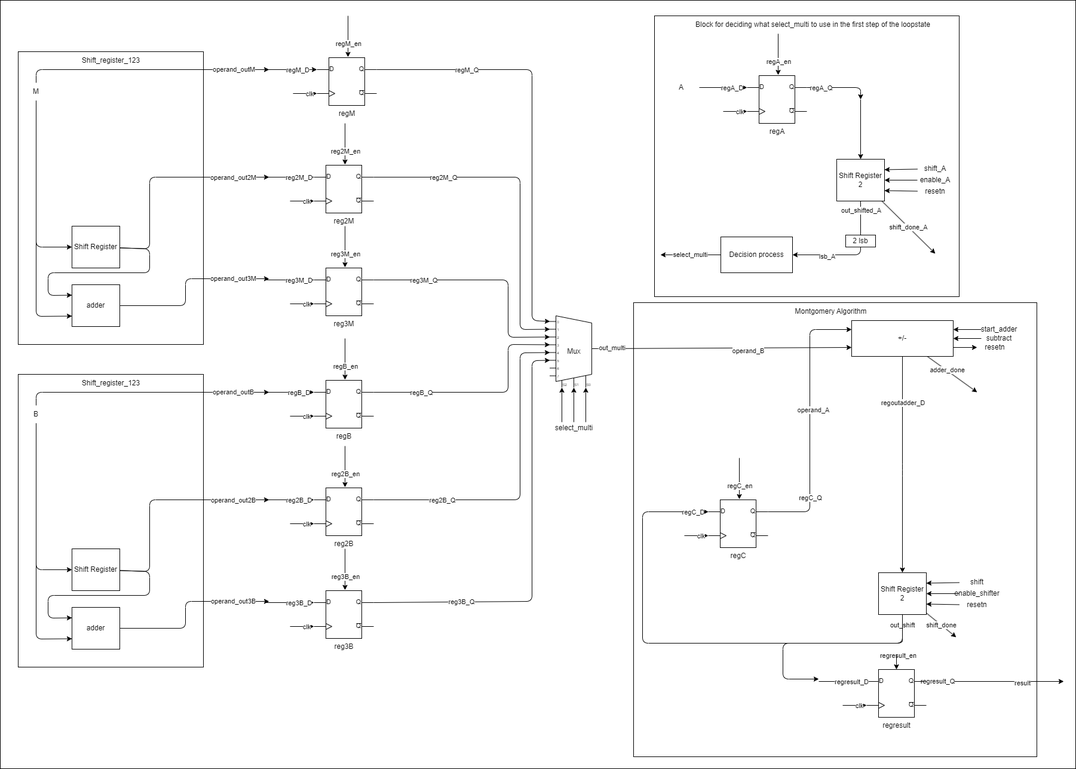
Above: montgomery_details.png in Tfloow/Montgomery (draw.io), before the change. Source tidied: cells renumbered, new cells last; positions are measured from the earlier drawing's top-left corner, leaving out a move shared by most shapes.
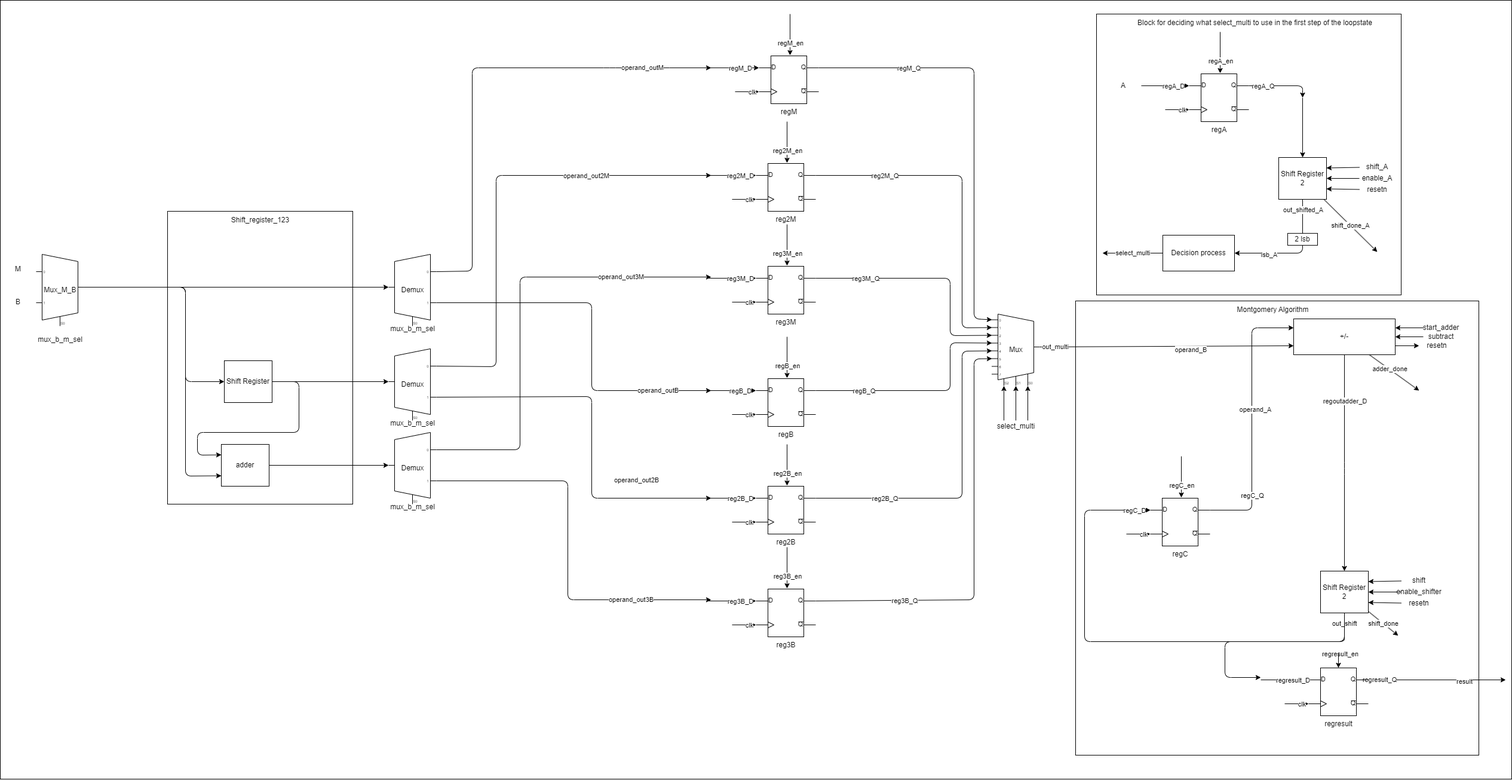
Above is the later version.

The edit, as a diff of the source:
```diff
@@ -3,16 +3,13 @@
     <mxCell id="0" />
     <mxCell id="1" parent="0" />
     <mxCell id="2" style="rounded=0;whiteSpace=wrap;html=1;" parent="1" vertex="1">
-      <mxGeometry width="1800" height="1286" as="geometry" />
+      <mxGeometry x="-740" y="3" width="2530" height="1303" as="geometry" />
     </mxCell>
     <mxCell id="3" style="rounded=0;whiteSpace=wrap;html=1;" parent="1" vertex="1">
       <mxGeometry x="1060" y="506" width="675" height="760" as="geometry" />
     </mxCell>
-    <mxCell id="4" style="rounded=0;whiteSpace=wrap;html=1;" parent="1" vertex="1">
-      <mxGeometry x="30" y="626" width="310" height="490" as="geometry" />
-    </mxCell>
     <mxCell id="5" style="rounded=0;whiteSpace=wrap;html=1;" parent="1" vertex="1">
-      <mxGeometry x="30" y="86" width="310" height="490" as="geometry" />
+      <mxGeometry x="-460" y="356" width="310" height="490" as="geometry" />
     </mxCell>
     <mxCell id="6" style="rounded=0;whiteSpace=wrap;html=1;" parent="1" vertex="1">
       <mxGeometry x="1095" y="26" width="510" height="470" as="geometry" />
@@ -31,23 +28,28 @@
     <mxCell id="10" value="Mux" style="shadow=0;dashed=0;align=center;html=1;strokeWidth=1;shape=mxgraph.electrical.abstract.mux2;selectorPins=3;" parent="1" vertex="1">
       <mxGeometry x="920" y="528" width="80" height="120" as="geometry" />
     </mxCell>
-    <mxCell id="11" value="operand_out3M" style="edgeStyle=none;html=1;" parent="1" edge="1" source="12">
+    <mxCell id="11" value="operand_out3M" style="edgeStyle=none;html=1;exitX=1;exitY=0.21666666666666667;exitDx=0;exitDy=3;exitPerimeter=0;" parent="1" edge="1" source="170">
       <mxGeometry x="0.59" relative="1" as="geometry">
         <mxPoint x="450" y="466" as="targetPoint" />
         <Array as="points">
-          <mxPoint x="310" y="511" />
+          <mxPoint x="130" y="755" />
+          <mxPoint x="130" y="466" />
           <mxPoint x="310" y="466" />
         </Array>
       </mxGeometry>
     </mxCell>
+    <mxCell id="160" style="edgeStyle=none;html=1;entryX=0;entryY=0.4583333333333333;entryDx=0;entryDy=0;entryPerimeter=0;" parent="1" edge="1" source="12" target="170">
+      <mxGeometry relative="1" as="geometry" />
+    </mxCell>
     <mxCell id="12" value="adder" style="rounded=0;whiteSpace=wrap;html=1;" parent="1" vertex="1">
-      <mxGeometry x="120" y="476" width="80" height="70" as="geometry" />
+      <mxGeometry x="-370" y="746" width="80" height="70" as="geometry" />
     </mxCell>
-    <mxCell id="13" style="edgeStyle=none;html=1;" parent="1" edge="1" source="16">
+    <mxCell id="13" style="edgeStyle=none;html=1;exitX=1;exitY=0.21666666666666667;exitDx=0;exitDy=3;exitPerimeter=0;" parent="1" edge="1" source="168">
       <mxGeometry relative="1" as="geometry">
         <mxPoint x="450" y="296" as="targetPoint" />
         <Array as="points">
-          <mxPoint x="250" y="416" />
+          <mxPoint x="90" y="616" />
+          <mxPoint x="90" y="296" />
           <mxPoint x="250" y="296" />
         </Array>
       </mxGeometry>
@@ -60,42 +62,46 @@
     <mxCell id="15" style="edgeStyle=none;html=1;entryX=0;entryY=0.25;entryDx=0;entryDy=0;" parent="1" edge="1" source="16" target="12">
       <mxGeometry relative="1" as="geometry">
         <Array as="points">
-          <mxPoint x="250" y="416" />
-          <mxPoint x="250" y="456" />
-          <mxPoint x="80" y="456" />
-          <mxPoint x="80" y="494" />
+          <mxPoint x="-240" y="641" />
+          <mxPoint x="-240" y="726" />
+          <mxPoint x="-410" y="726" />
+          <mxPoint x="-410" y="764" />
         </Array>
       </mxGeometry>
     </mxCell>
+    <mxCell id="161" style="edgeStyle=none;html=1;entryX=0;entryY=0.4583333333333333;entryDx=0;entryDy=0;entryPerimeter=0;" parent="1" edge="1" source="16" target="168">
+      <mxGeometry relative="1" as="geometry" />
+    </mxCell>
     <mxCell id="16" value="Shift Register" style="rounded=0;whiteSpace=wrap;html=1;" parent="1" vertex="1">
-      <mxGeometry x="120" y="378" width="80" height="70" as="geometry" />
+      <mxGeometry x="-365" y="606" width="80" height="70" as="geometry" />
     </mxCell>
-    <mxCell id="17" style="edgeStyle=none;html=1;entryX=0;entryY=0.75;entryDx=0;entryDy=0;" parent="1" edge="1" source="20" target="12">
+    <mxCell id="17" style="edgeStyle=none;html=1;entryX=0;entryY=0.75;entryDx=0;entryDy=0;exitX=1;exitY=0.5;exitDx=0;exitDy=-5;exitPerimeter=0;" parent="1" edge="1" source="163" target="12">
       <mxGeometry relative="1" as="geometry">
         <Array as="points">
-          <mxPoint x="60" y="529" />
+          <mxPoint x="-430" y="483" />
+          <mxPoint x="-430" y="799" />
         </Array>
       </mxGeometry>
     </mxCell>
-    <mxCell id="18" style="edgeStyle=none;html=1;entryX=0;entryY=0.5;entryDx=0;entryDy=0;" parent="1" edge="1" source="20" target="16">
+    <mxCell id="18" style="edgeStyle=none;html=1;entryX=0;entryY=0.5;entryDx=0;entryDy=0;exitX=1;exitY=0.5;exitDx=0;exitDy=-5;exitPerimeter=0;" parent="1" edge="1" source="163" target="16">
       <mxGeometry relative="1" as="geometry">
         <Array as="points">
-          <mxPoint x="60" y="413" />
+          <mxPoint x="-430" y="483" />
+          <mxPoint x="-430" y="641" />
         </Array>
       </mxGeometry>
     </mxCell>
-    <mxCell id="19" value="operand_outM" style="edgeStyle=none;html=1;" parent="1" edge="1" source="20">
+    <mxCell id="19" value="operand_outM" style="edgeStyle=none;html=1;exitX=1;exitY=0.21666666666666667;exitDx=0;exitDy=3;exitPerimeter=0;" parent="1" edge="1" source="166">
       <mxGeometry x="0.72" relative="1" as="geometry">
         <mxPoint x="450" y="116" as="targetPoint" />
         <Array as="points">
-          <mxPoint x="60" y="116" />
+          <mxPoint x="50" y="456" />
+          <mxPoint x="50" y="116" />
+          <mxPoint x="280" y="116" />
           <mxPoint x="370" y="116" />
         </Array>
       </mxGeometry>
     </mxCell>
-    <mxCell id="20" value="M" style="text;html=1;strokeColor=none;fillColor=none;align=center;verticalAlign=middle;whiteSpace=wrap;rounded=0;" parent="1" vertex="1">
-      <mxGeometry x="30" y="138" width="60" height="30" as="geometry" />
-    </mxCell>
     <mxCell id="21" style="edgeStyle=none;html=1;entryX=0.5;entryY=0;entryDx=0;entryDy=0;" parent="1" edge="1" source="27" target="34">
       <mxGeometry relative="1" as="geometry">
         <Array as="points">
@@ -507,23 +513,21 @@
     <mxCell id="119" value="clk" style="edgeLabel;html=1;align=center;verticalAlign=middle;" parent="118" vertex="1">
       <mxGeometry x="0.34" relative="1" as="geometry" />
     </mxCell>
-    <mxCell id="120" value="operand_out3B" style="edgeStyle=none;html=1;" parent="1" edge="1" source="121">
+    <mxCell id="120" value="operand_out3B" style="edgeStyle=none;html=1;exitX=1;exitY=0.65;exitDx=0;exitDy=3;exitPerimeter=0;" parent="1" edge="1" source="170">
       <mxGeometry x="0.59" relative="1" as="geometry">
         <mxPoint x="450" y="1006" as="targetPoint" />
         <Array as="points">
-          <mxPoint x="310" y="1051" />
+          <mxPoint x="210" y="807" />
+          <mxPoint x="210" y="1006" />
           <mxPoint x="310" y="1006" />
         </Array>
       </mxGeometry>
     </mxCell>
-    <mxCell id="121" value="adder" style="rounded=0;whiteSpace=wrap;html=1;" parent="1" vertex="1">
-      <mxGeometry x="120" y="1016" width="80" height="70" as="geometry" />
-    </mxCell>
-    <mxCell id="122" style="edgeStyle=none;html=1;" parent="1" edge="1" source="125">
+    <mxCell id="122" style="edgeStyle=none;html=1;exitX=1;exitY=0.65;exitDx=0;exitDy=3;exitPerimeter=0;" parent="1" edge="1" source="168">
       <mxGeometry relative="1" as="geometry">
         <mxPoint x="450" y="836" as="targetPoint" />
         <Array as="points">
-          <mxPoint x="250" y="956" />
+          <mxPoint x="250" y="666" />
           <mxPoint x="250" y="836" />
         </Array>
       </mxGeometry>
@@ -533,45 +537,16 @@
         <mxPoint x="75" y="-1" as="offset" />
       </mxGeometry>
     </mxCell>
-    <mxCell id="124" style="edgeStyle=none;html=1;entryX=0;entryY=0.25;entryDx=0;entryDy=0;" parent="1" edge="1" source="125" target="121">
-      <mxGeometry relative="1" as="geometry">
-        <Array as="points">
-          <mxPoint x="250" y="956" />
-          <mxPoint x="250" y="996" />
-          <mxPoint x="80" y="996" />
-          <mxPoint x="80" y="1034" />
-        </Array>
-      </mxGeometry>
-    </mxCell>
-    <mxCell id="125" value="Shift Register" style="rounded=0;whiteSpace=wrap;html=1;" parent="1" vertex="1">
-      <mxGeometry x="120" y="918" width="80" height="70" as="geometry" />
-    </mxCell>
-    <mxCell id="126" style="edgeStyle=none;html=1;entryX=0;entryY=0.75;entryDx=0;entryDy=0;" parent="1" edge="1" source="129" target="121">
-      <mxGeometry relative="1" as="geometry">
-        <Array as="points">
-          <mxPoint x="60" y="1069" />
-        </Array>
-      </mxGeometry>
-    </mxCell>
-    <mxCell id="127" style="edgeStyle=none;html=1;entryX=0;entryY=0.5;entryDx=0;entryDy=0;" parent="1" edge="1" source="129" target="125">
-      <mxGeometry relative="1" as="geometry">
-        <Array as="points">
-          <mxPoint x="60" y="953" />
-        </Array>
-      </mxGeometry>
-    </mxCell>
-    <mxCell id="128" value="operand_outB" style="edgeStyle=none;html=1;" parent="1" edge="1" source="129">
+    <mxCell id="128" value="operand_outB" style="edgeStyle=none;html=1;exitX=1;exitY=0.65;exitDx=0;exitDy=3;exitPerimeter=0;" parent="1" edge="1" source="166">
       <mxGeometry x="0.71" relative="1" as="geometry">
         <mxPoint x="450" y="656" as="targetPoint" />
         <Array as="points">
-          <mxPoint x="60" y="656" />
+          <mxPoint x="250" y="509" />
+          <mxPoint x="250" y="656" />
           <mxPoint x="370" y="656" />
         </Array>
       </mxGeometry>
     </mxCell>
-    <mxCell id="129" value="B" style="text;html=1;strokeColor=none;fillColor=none;align=center;verticalAlign=middle;whiteSpace=wrap;rounded=0;" parent="1" vertex="1">
-      <mxGeometry x="30" y="678" width="60" height="30" as="geometry" />
-    </mxCell>
     <mxCell id="130" style="edgeStyle=none;jettySize=auto;html=1;entryX=0.125;entryY=1;entryDx=10;entryDy=0;entryPerimeter=0;" parent="1" edge="1" target="10">
       <mxGeometry relative="1" as="geometry">
         <mxPoint x="940" y="706" as="sourcePoint" />
@@ -651,11 +626,8 @@
       <mxGeometry x="1206" y="396" width="120" height="60" as="geometry" />
     </mxCell>
     <mxCell id="150" value="Shift_register_123" style="text;html=1;align=center;verticalAlign=middle;strokeColor=none;fillColor=none;" parent="1" vertex="1">
-      <mxGeometry x="125" y="86" width="120" height="30" as="geometry" />
+      <mxGeometry x="-365" y="356" width="120" height="30" as="geometry" />
     </mxCell>
-    <mxCell id="151" value="Shift_register_123" style="text;html=1;align=center;verticalAlign=middle;strokeColor=none;fillColor=none;" parent="1" vertex="1">
-      <mxGeometry x="125" y="626" width="120" height="30" as="geometry" />
-    </mxCell>
     <mxCell id="152" value="Montgomery Algorithm" style="text;html=1;align=center;verticalAlign=middle;points=[];strokeColor=none;fillColor=none;" parent="1" vertex="1">
       <mxGeometry x="1320" y="506" width="140" height="30" as="geometry" />
     </mxCell>
@@ -686,5 +658,38 @@
         <mxPoint x="1500" y="1096" as="sourcePoint" />
       </mxGeometry>
     </mxCell>
+    <mxCell id="162" style="edgeStyle=none;html=1;exitX=1;exitY=0.5;exitDx=0;exitDy=-5;exitPerimeter=0;entryX=0;entryY=0.4583333333333333;entryDx=0;entryDy=0;entryPerimeter=0;" parent="1" edge="1" source="163" target="166">
+      <mxGeometry relative="1" as="geometry" />
+    </mxCell>
+    <mxCell id="163" value="Mux_M_B" style="shadow=0;dashed=0;align=center;html=1;strokeWidth=1;shape=mxgraph.electrical.abstract.mux2;" parent="1" vertex="1">
+      <mxGeometry x="-680" y="428" width="80" height="120" as="geometry" />
+    </mxCell>
+    <mxCell id="164" value="mux_b_m_sel" style="text;html=1;align=center;verticalAlign=middle;strokeColor=none;fillColor=none;" parent="1" vertex="1">
+      <mxGeometry x="-690" y="556" width="100" height="30" as="geometry" />
+    </mxCell>
+    <mxCell id="20" value="M" style="text;html=1;strokeColor=none;fillColor=none;align=center;verticalAlign=middle;whiteSpace=wrap;rounded=0;" parent="1" vertex="1">
+      <mxGeometry x="-740" y="438" width="60" height="30" as="geometry" />
+    </mxCell>
+    <mxCell id="129" value="B" style="text;html=1;strokeColor=none;fillColor=none;align=center;verticalAlign=middle;whiteSpace=wrap;rounded=0;" parent="1" vertex="1">
+      <mxGeometry x="-740" y="493" width="60" height="30" as="geometry" />
+    </mxCell>
+    <mxCell id="165" value="mux_b_m_sel" style="text;html=1;align=center;verticalAlign=middle;strokeColor=none;fillColor=none;" parent="1" vertex="1">
+      <mxGeometry x="-100" y="538" width="100" height="30" as="geometry" />
+    </mxCell>
+    <mxCell id="166" value="Demux" style="shadow=0;dashed=0;align=center;html=1;strokeWidth=1;shape=mxgraph.electrical.abstract.mux2;operation=demux;" parent="1" vertex="1">
+      <mxGeometry x="-90" y="428" width="80" height="120" as="geometry" />
+    </mxCell>
+    <mxCell id="167" value="mux_b_m_sel" style="text;html=1;align=center;verticalAlign=middle;strokeColor=none;fillColor=none;" parent="1" vertex="1">
+      <mxGeometry x="-100" y="696" width="100" height="30" as="geometry" />
+    </mxCell>
+    <mxCell id="168" value="Demux" style="shadow=0;dashed=0;align=center;html=1;strokeWidth=1;shape=mxgraph.electrical.abstract.mux2;operation=demux;" parent="1" vertex="1">
+      <mxGeometry x="-90" y="586" width="80" height="120" as="geometry" />
+    </mxCell>
+    <mxCell id="169" value="mux_b_m_sel" style="text;html=1;align=center;verticalAlign=middle;strokeColor=none;fillColor=none;" parent="1" vertex="1">
+      <mxGeometry x="-100" y="836" width="100" height="30" as="geometry" />
+    </mxCell>
+    <mxCell id="170" value="Demux" style="shadow=0;dashed=0;align=center;html=1;strokeWidth=1;shape=mxgraph.electrical.abstract.mux2;operation=demux;" parent="1" vertex="1">
+      <mxGeometry x="-90" y="726" width="80" height="120" as="geometry" />
+    </mxCell>
   </root>
 </mxGraphModel>
```
